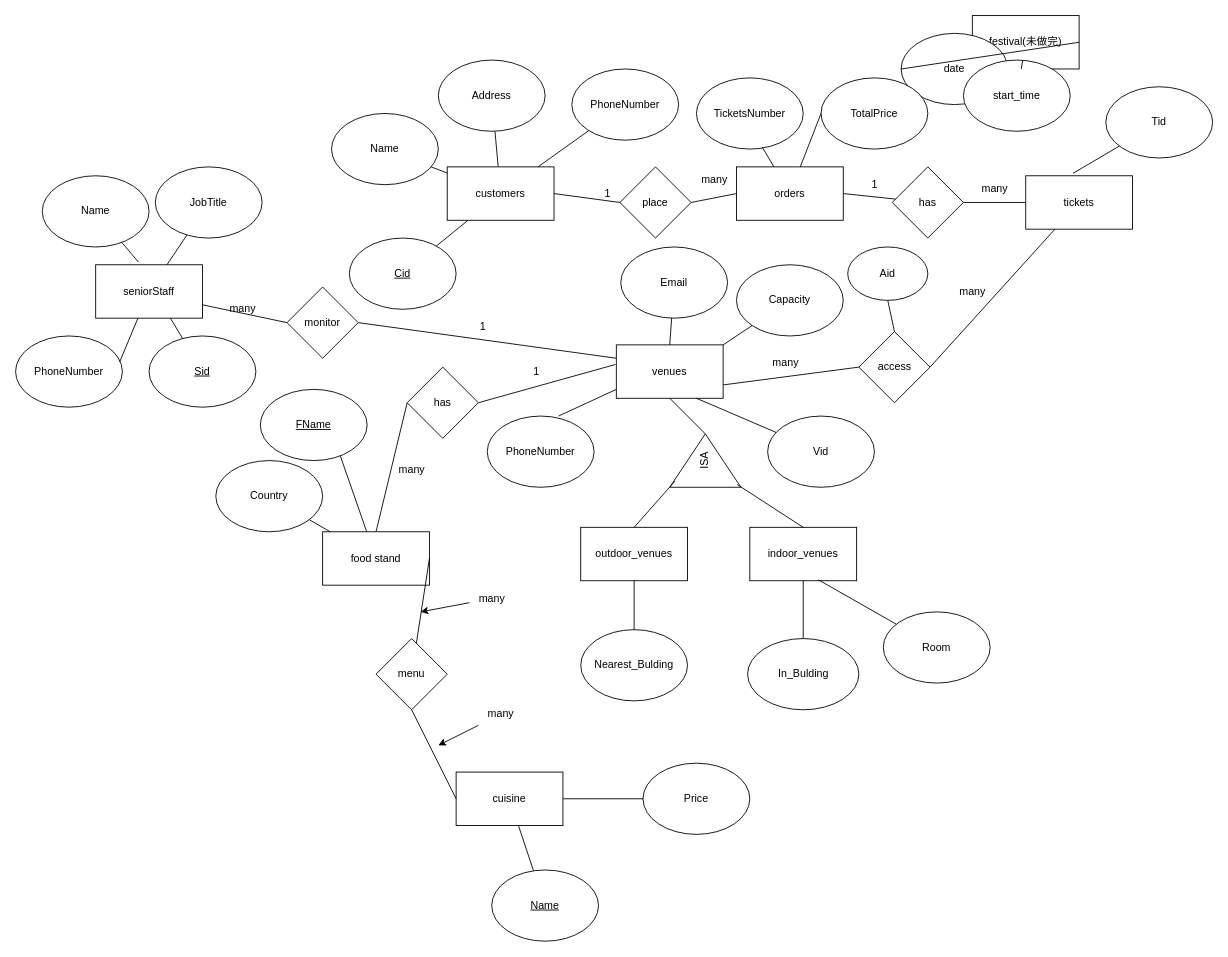
clostea/draw keeps this draw.io diagram as dataweek1.drawio. Above is the earlier version. Source tidied: cells renumbered, new cells numbered last; positions are measured from the earlier drawing's top-left corner, leaving out a move shared by most shapes. Both pictures are drawn from the tidied source at 89%, with x=0, y=0 at pixel (15, 15).
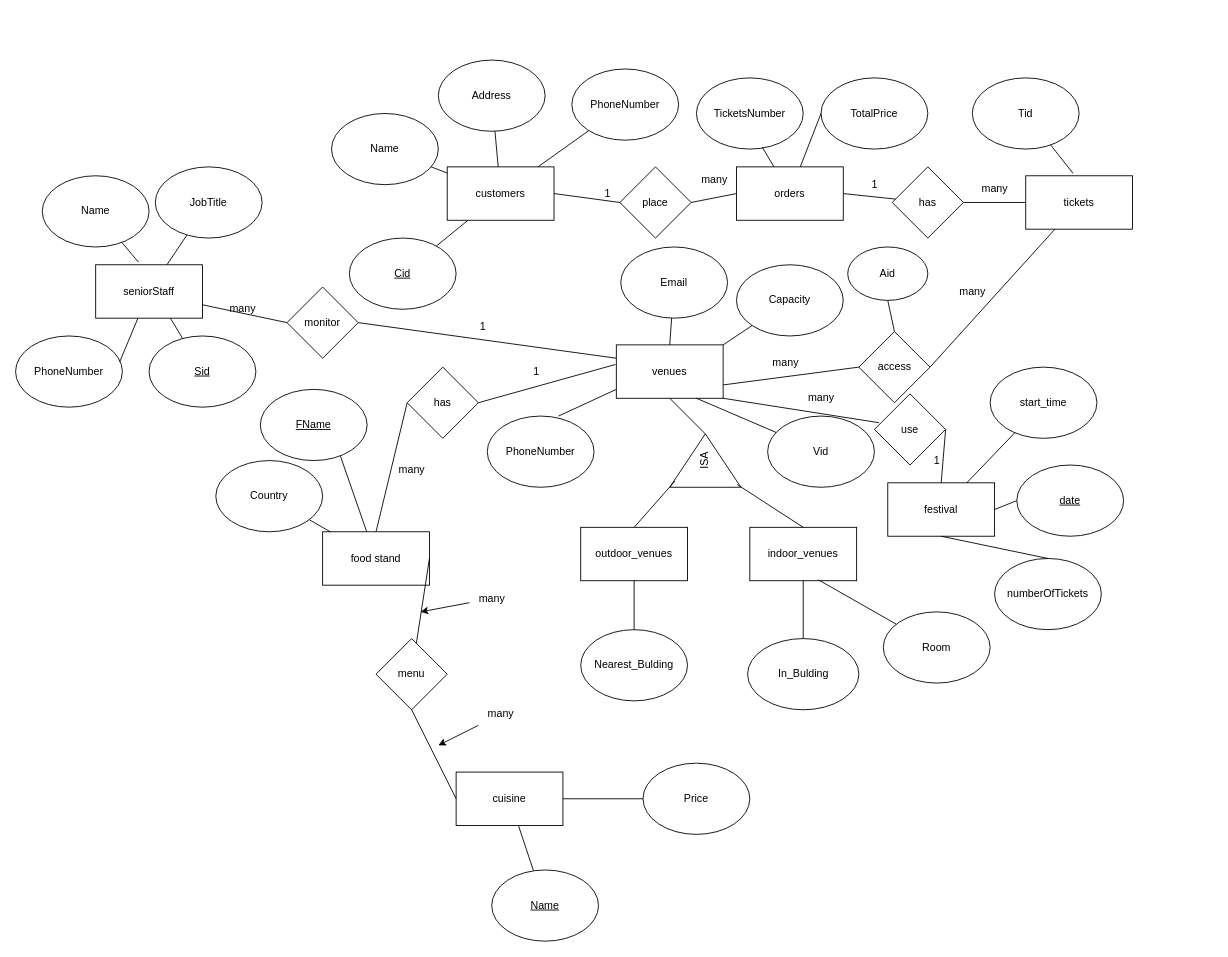
Above is the later version.

The change refers to these unchanged cells:
```xml
<mxCell id="5" value="venues" style="rounded=0;whiteSpace=wrap;html=1;" parent="1" vertex="1">
  <mxGeometry x="675" y="370" width="120" height="60" as="geometry" />
</mxCell>
```

Change to the diagram source:
```diff
@@
-    <mxCell id="68" value="festival(未做完)" style="rounded=0;whiteSpace=wrap;html=1;" parent="1" vertex="1">
-      <mxGeometry x="1075" width="120" height="60" as="geometry" />
+    <mxCell id="68" value="festival" style="rounded=0;whiteSpace=wrap;html=1;" parent="1" vertex="1">
+      <mxGeometry x="980" y="525" width="120" height="60" as="geometry" />
     </mxCell>
-    <mxCell id="69" value="date" style="ellipse;whiteSpace=wrap;html=1;" parent="1" vertex="1">
-      <mxGeometry x="995" y="20" width="120" height="80" as="geometry" />
+    <mxCell id="69" value="&lt;u&gt;date&lt;/u&gt;" style="ellipse;whiteSpace=wrap;html=1;" parent="1" vertex="1">
+      <mxGeometry x="1125" y="505" width="120" height="80" as="geometry" />
     </mxCell>
     <mxCell id="70" value="start_time" style="ellipse;whiteSpace=wrap;html=1;" parent="1" vertex="1">
-      <mxGeometry x="1065" y="50" width="120" height="80" as="geometry" />
+      <mxGeometry x="1095" y="395" width="120" height="80" as="geometry" />
     </mxCell>
@@
     <mxCell id="81" value="Tid" style="ellipse;whiteSpace=wrap;html=1;" parent="1" vertex="1">
-      <mxGeometry x="1225" y="80" width="120" height="80" as="geometry" />
+      <mxGeometry x="1075" y="70" width="120" height="80" as="geometry" />
     </mxCell>
@@
+    <mxCell id="98" value="numberOfTickets" style="ellipse;whiteSpace=wrap;html=1;" parent="1" vertex="1">
+      <mxGeometry x="1100" y="610" width="120" height="80" as="geometry" />
+    </mxCell>
+    <mxCell id="99" style="endArrow=none;html=1;rounded=0;entryX=0.5;entryY=1;entryDx=0;entryDy=0;exitX=0.5;exitY=0;exitDx=0;exitDy=0;" parent="1" edge="1" source="98" target="68">
+      <mxGeometry relative="1" as="geometry" />
+    </mxCell>
+    <mxCell id="100" value="use" style="rhombus;whiteSpace=wrap;html=1;" parent="1" vertex="1">
+      <mxGeometry x="965" y="425" width="80" height="80" as="geometry" />
+    </mxCell>
+    <mxCell id="101" style="endArrow=none;html=1;rounded=0;entryX=0.5;entryY=0;entryDx=0;entryDy=0;exitX=1;exitY=0.5;exitDx=0;exitDy=0;" parent="1" edge="1" source="100" target="68">
+      <mxGeometry relative="1" as="geometry" />
+    </mxCell>
+    <mxCell id="102" style="endArrow=none;html=1;rounded=0;exitX=1;exitY=1;exitDx=0;exitDy=0;entryX=0.066;entryY=0.406;entryDx=0;entryDy=0;entryPerimeter=0;" parent="1" edge="1" source="5" target="100">
+      <mxGeometry relative="1" as="geometry" />
+    </mxCell>
+    <mxCell id="103" value="many" style="text;html=1;align=center;verticalAlign=middle;strokeColor=none;fillColor=none;" parent="1" vertex="1">
+      <mxGeometry x="880" y="415" width="50" height="30" as="geometry" />
+    </mxCell>
+    <mxCell id="104" value="1" style="text;html=1;align=center;verticalAlign=middle;strokeColor=none;fillColor=none;" parent="1" vertex="1">
+      <mxGeometry x="1020" y="485" width="30" height="30" as="geometry" />
+    </mxCell>
```
